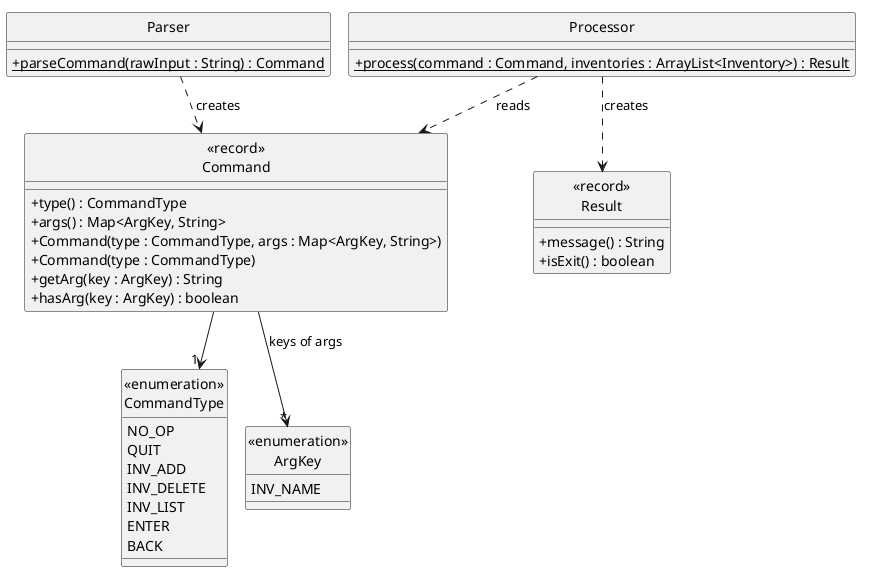
The PlantUML diagram docs/images/CommandClassDiagram.png in AY2627S1-CS2113-W14-4/tp, before a commit.
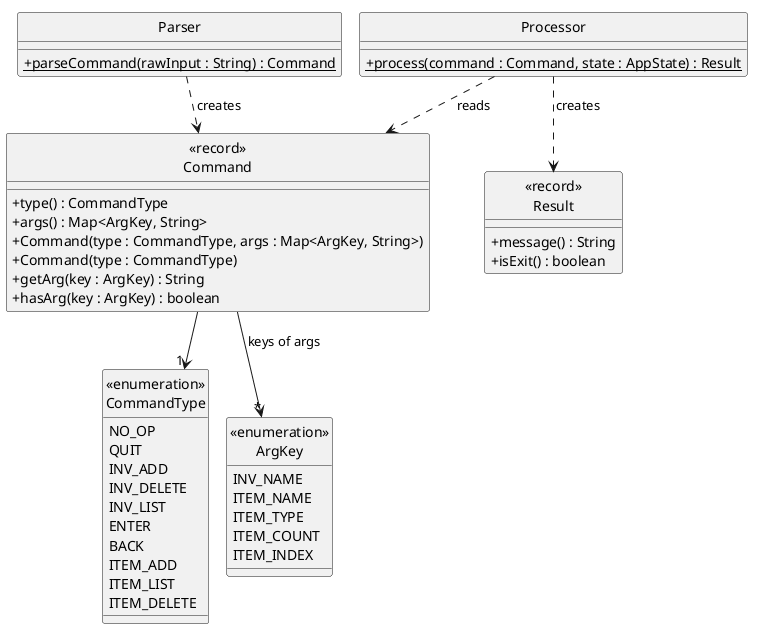
Above is the later version.

Commit message:
Update developer guide for item commands and add manual testing

What changed in the source:
```diff
@@ -20,10 +20,17 @@
     INV_LIST
     ENTER
     BACK
+    ITEM_ADD
+    ITEM_LIST
+    ITEM_DELETE
 }
 
 enum "<<enumeration>>\nArgKey" as ArgKey {
     INV_NAME
+    ITEM_NAME
+    ITEM_TYPE
+    ITEM_COUNT
+    ITEM_INDEX
 }
 
 class "<<record>>\nResult" as Result {
@@ -36,7 +43,7 @@
 }
 
 class Processor {
-    + {static} process(command : Command, inventories : ArrayList<Inventory>) : Result
+    + {static} process(command : Command, state : AppState) : Result
 }
 
 Command --> "1" CommandType
```
